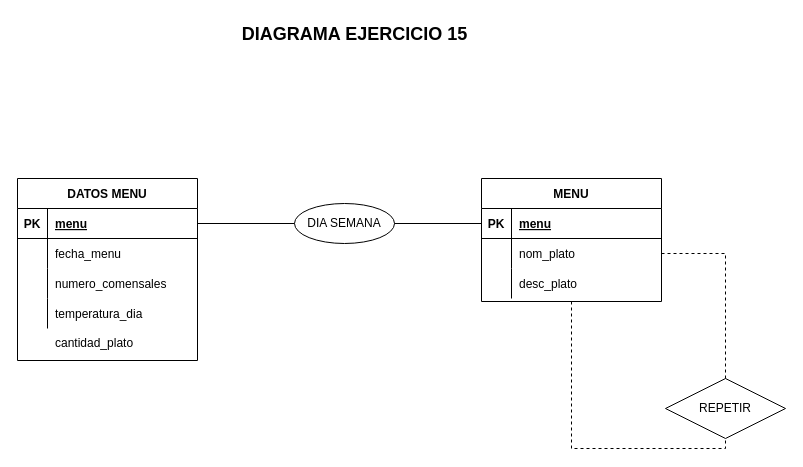
Before: ex15.drawio in JuanMarinG/TA12_MYSQL, a draw.io diagram. Source tidied: cells renumbered, new cells numbered last; positions are measured from the earlier drawing's top-left corner, leaving out a move shared by most shapes. Both pictures are drawn from the tidied source at 100%, with x=0, y=0 at pixel (17, 17).
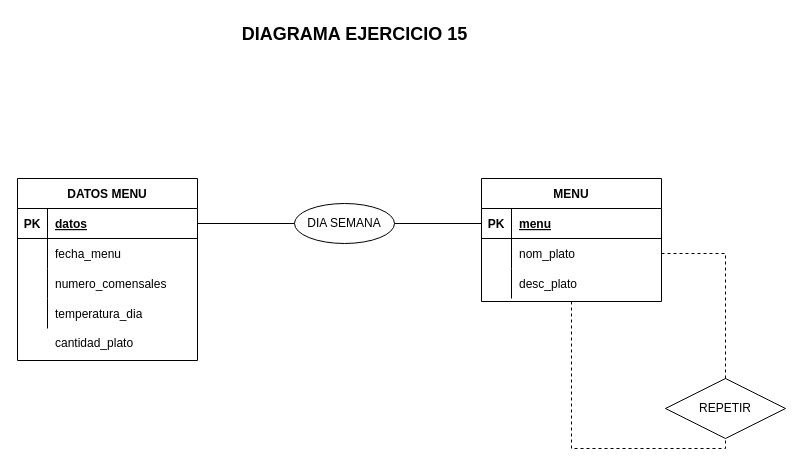
The same diagram, later.

The change refers to these unchanged cells:
```xml
<mxCell id="3" style="shape=tableRow;horizontal=0;startSize=0;swimlaneHead=0;swimlaneBody=0;fillColor=none;points=[[0,0.5],[1,0.5]];portConstraint=eastwest;top=0;left=0;right=0;bottom=1;" parent="2" vertex="1">
  <mxGeometry y="30" width="180" height="30" as="geometry" />
</mxCell>
```

Change to the diagram source:
```diff
@@
-    <mxCell id="5" value="menu" style="shape=partialRectangle;fillColor=none;top=0;left=0;bottom=0;right=0;align=left;spacingLeft=6;fontStyle=5;overflow=hidden;" parent="3" vertex="1">
+    <mxCell id="5" value="datos" style="shape=partialRectangle;fillColor=none;top=0;left=0;bottom=0;right=0;align=left;spacingLeft=6;fontStyle=5;overflow=hidden;" parent="3" vertex="1">
       <mxGeometry x="30" width="150" height="30" as="geometry" />
     </mxCell>
```
